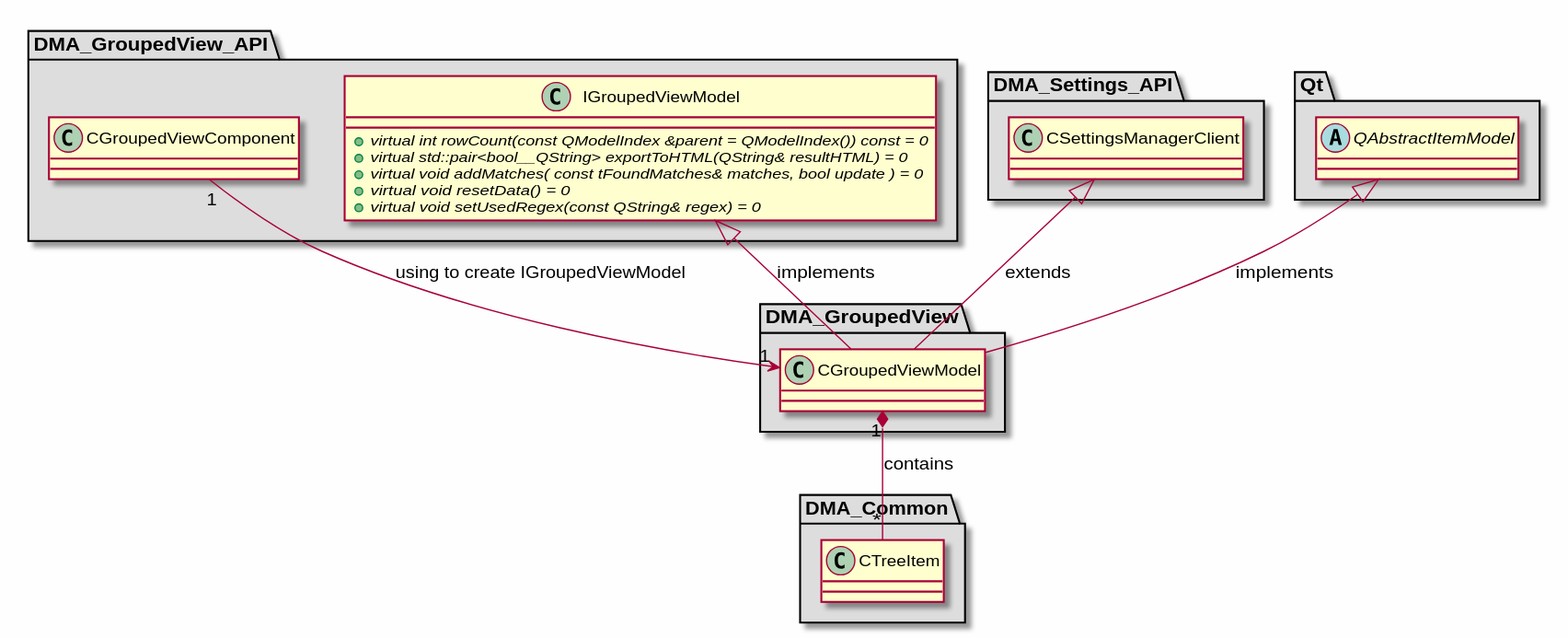
Before: md/dev_docs/puml/DMA_GroupedView.svg, a diagram exported from PlantUML (svlad-90/DLT-Message-Analyzer).
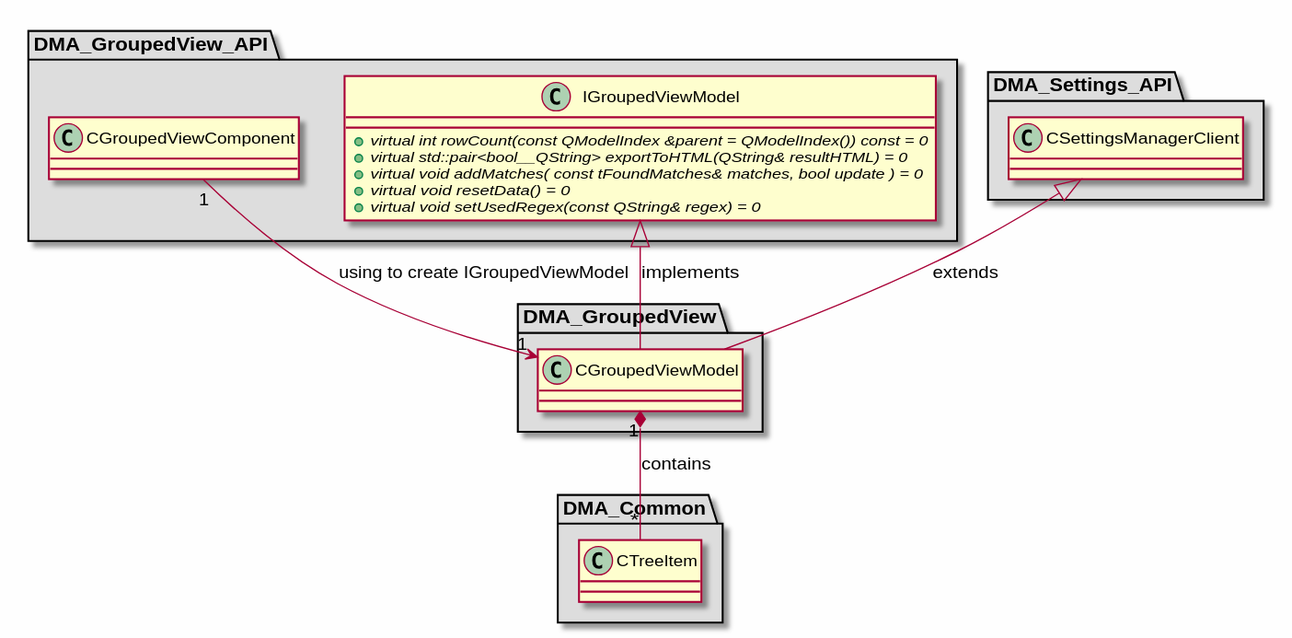
Above is the later version.

Diff of the diagram source:
```diff
@@ -47,18 +47,8 @@
 
 }
 
-package "Qt" #DDDDDD
-{
-
-abstract class "QAbstractItemModel"
-{
-}
-
-}
-
 CSettingsManagerClient <|-- CGroupedViewModel : extends
 IGroupedViewModel <|-- CGroupedViewModel : implements
-QAbstractItemModel <|-- CGroupedViewModel : implements
 
 CGroupedViewModel "1" *-- "*" CTreeItem : contains
 CGroupedViewComponent "1" --> "1" CGroupedViewModel : using to create IGroupedViewModel
```
